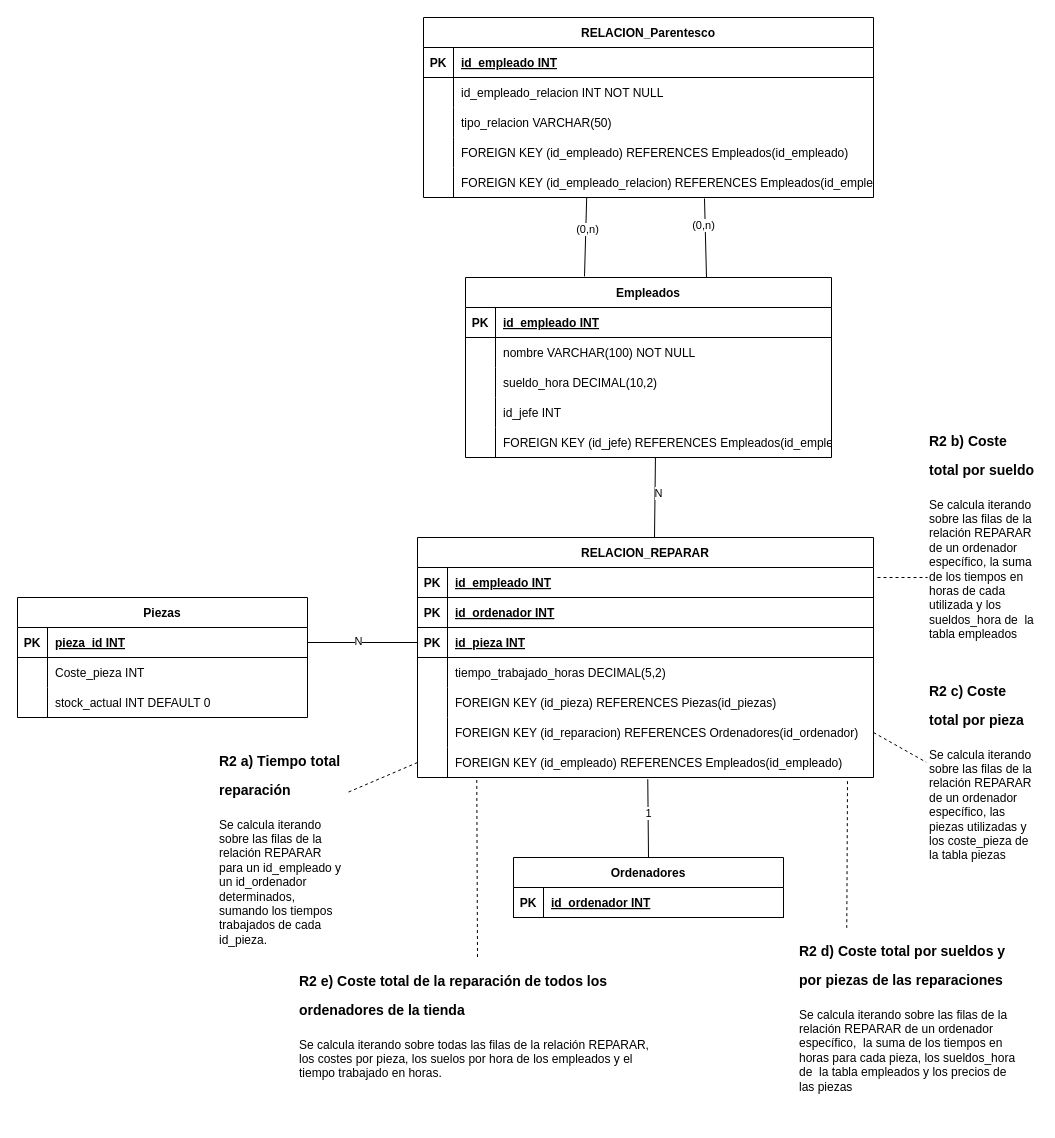
Before: IngenieríaDeSoftware/P2-A3/Modelado R2.drawio in aloantony/TrabajosEnGrupoGII-DalilaTony, a draw.io diagram. Source tidied: cells renumbered, new cells numbered last; positions are measured from the earlier drawing's top-left corner, leaving out a move shared by most shapes. Both pictures are drawn from the tidied source at 100%, with x=0, y=0 at pixel (17, 17).
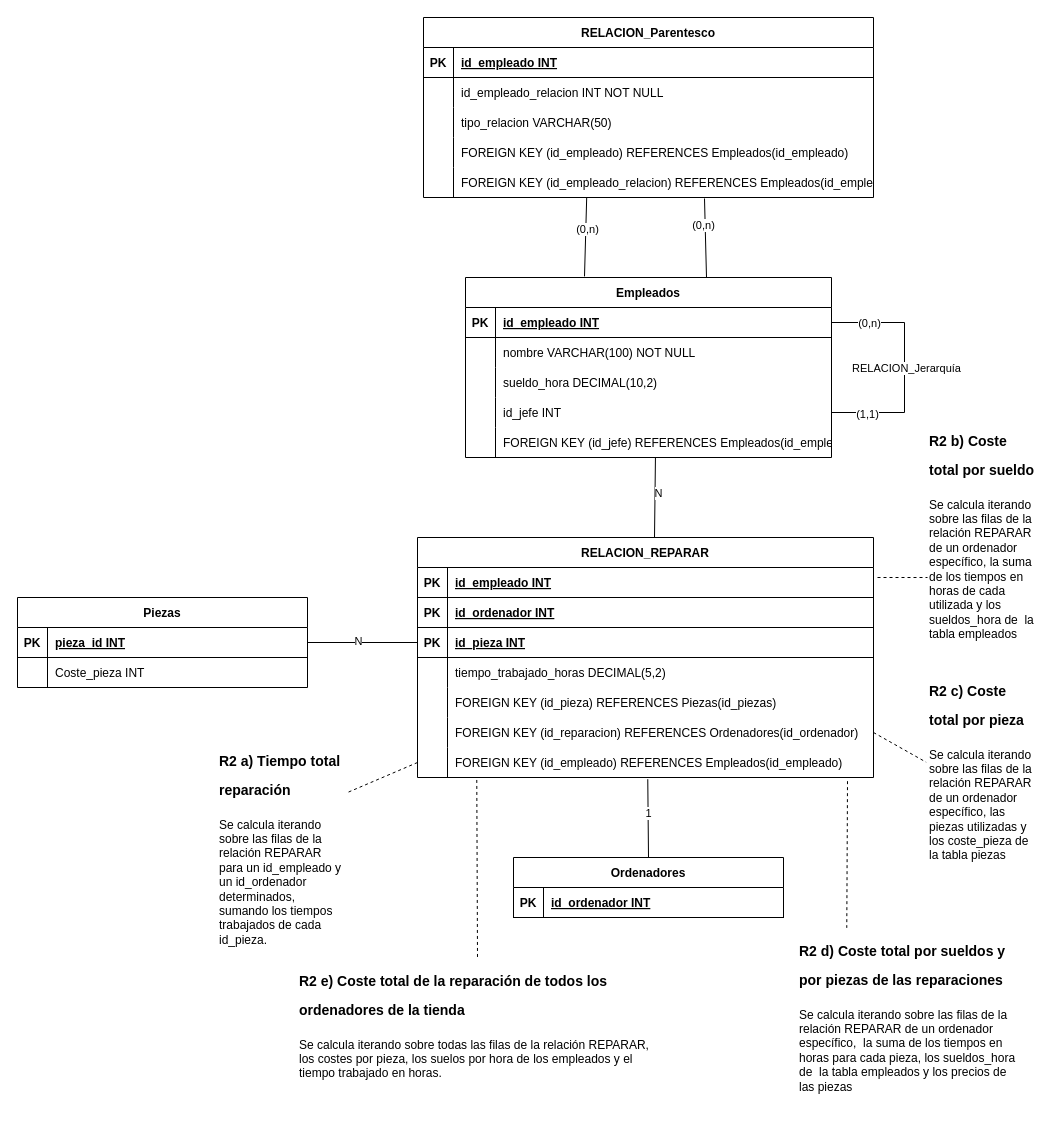
The same diagram, later.

The change refers to these unchanged cells:
```xml
<mxCell id="2" value="Empleados" style="shape=table;startSize=30;childLayout=tableLayout;rowLines=0;fontStyle=1;align=center;" parent="1" vertex="1">
  <mxGeometry x="448" y="260" width="366" height="180" as="geometry" />
</mxCell>
<mxCell id="3" style="shape=tableRow;horizontal=0;startSize=0;swimlaneHead=0;swimlaneBody=0;fillColor=none;points=[[0,0.5],[1,0.5]];portConstraint=eastwest;strokeColor=inherit;top=0;left=0;right=0;bottom=1;" parent="2" vertex="1">
  <mxGeometry y="30" width="366" height="30" as="geometry" />
</mxCell>
<mxCell id="12" style="shape=tableRow;horizontal=0;startSize=0;swimlaneHead=0;swimlaneBody=0;fillColor=none;points=[[0,0.5],[1,0.5]];portConstraint=eastwest;strokeColor=inherit;top=0;left=0;right=0;bottom=0;" parent="2" vertex="1">
  <mxGeometry y="120" width="366" height="30" as="geometry" />
</mxCell>
```

Diff of the diagram source:
```diff
@@
+    <mxCell id="90" style="endArrow=none;html=1;rounded=0;exitX=1;exitY=0.5;exitDx=0;exitDy=0;entryX=1;entryY=0.5;entryDx=0;entryDy=0;" parent="2" edge="1" source="12" target="3">
+      <mxGeometry relative="1" as="geometry">
+        <Array as="points">
+          <mxPoint x="439" y="135" />
+          <mxPoint x="439" y="45" />
+        </Array>
+      </mxGeometry>
+    </mxCell>
+    <mxCell id="91" value="RELACION_Jerarquía" style="edgeLabel;html=1;align=center;verticalAlign=middle;" parent="90" vertex="1">
+      <mxGeometry y="-1" relative="1" as="geometry" />
+    </mxCell>
+    <mxCell id="92" value="(1,1)" style="edgeLabel;html=1;align=center;verticalAlign=middle;" parent="90" vertex="1">
+      <mxGeometry x="-0.7" y="-1" relative="1" as="geometry" />
+    </mxCell>
+    <mxCell id="93" value="(0,n)" style="edgeLabel;html=1;align=center;verticalAlign=middle;" parent="90" vertex="1">
+      <mxGeometry x="0.69" relative="1" as="geometry" />
+    </mxCell>
@@
     <mxCell id="70" value="Piezas" style="shape=table;startSize=30;childLayout=tableLayout;rowLines=0;fontStyle=1;align=center;" parent="1" vertex="1">
-      <mxGeometry y="580" width="290" height="120" as="geometry" />
+      <mxGeometry y="580" width="290" height="90" as="geometry" />
     </mxCell>
@@
-    <mxCell id="77" style="shape=tableRow;horizontal=0;startSize=0;swimlaneHead=0;swimlaneBody=0;fillColor=none;strokeColor=inherit;top=0;left=0;right=0;bottom=0;" parent="70" vertex="1">
-      <mxGeometry y="90" width="290" height="30" as="geometry" />
-    </mxCell>
-    <mxCell id="78" style="shape=partialRectangle;overflow=hidden;fillColor=none;strokeColor=inherit;top=0;left=0;bottom=0;right=0;" parent="77" vertex="1">
-      <mxGeometry width="30" height="30" as="geometry" />
-    </mxCell>
-    <mxCell id="79" value="stock_actual INT DEFAULT 0" style="shape=partialRectangle;overflow=hidden;fillColor=none;align=left;strokeColor=inherit;top=0;left=0;bottom=0;right=0;spacingLeft=6;" parent="77" vertex="1">
-      <mxGeometry x="30" width="260" height="30" as="geometry" />
-    </mxCell>
```
